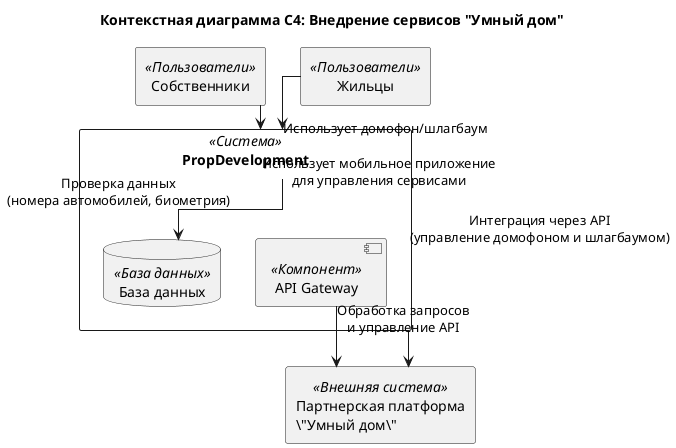
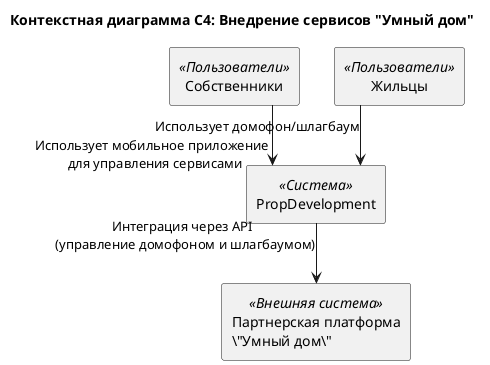
@startuml
!define RECTANGLE class

skinparam linetype ortho

title Контекстная диаграмма C4: Внедрение сервисов "Умный дом"

rectangle "Собственники" as Собственники <<Пользователи>> {
}

rectangle "Жильцы" as Жильцы <<Пользователи>> {
}

rectangle "Партнерская платформа\n\"Умный дом\"" as ПартнерскаяПлатформа <<Внешняя система>> {
}

rectangle "PropDevelopment" as PropDevelopment <<Система>> {
-     component "API Gateway" as APIGateway <<Компонент>> {
-     }
-     database "База данных" as БазаДанных <<База данных>> {
-     }
}

- Собственники --> PropDevelopment : Использует мобильное приложение\nдля управления сервисами
+ Собственники --> PropDevelopment : Использует мобильное приложение \n для управления сервисами
Жильцы --> PropDevelopment : Использует домофон/шлагбаум
- PropDevelopment --> ПартнерскаяПлатформа : Интеграция через API\n(управление домофоном и шлагбаумом)
- PropDevelopment --> БазаДанных : Проверка данных\n(номера автомобилей, биометрия)
- APIGateway --> ПартнерскаяПлатформа : Обработка запросов\nи управление API
+ PropDevelopment --> ПартнерскаяПлатформа : Интеграция через API \n (управление домофоном и шлагбаумом)

@enduml